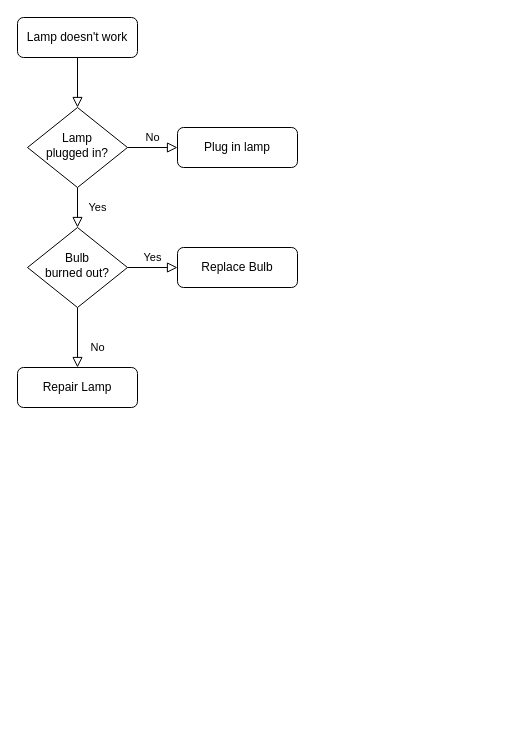
Earlier version of the draw.io diagram Untitled Diagram.drawio (enirya/PI-ADS4-AlphaSystem). Source tidied: cells renumbered, new cells numbered last; positions are measured from the earlier drawing's top-left corner, leaving out a move shared by most shapes. Both pictures are drawn from the tidied source at 100%, with x=0, y=0 at pixel (17, 17).
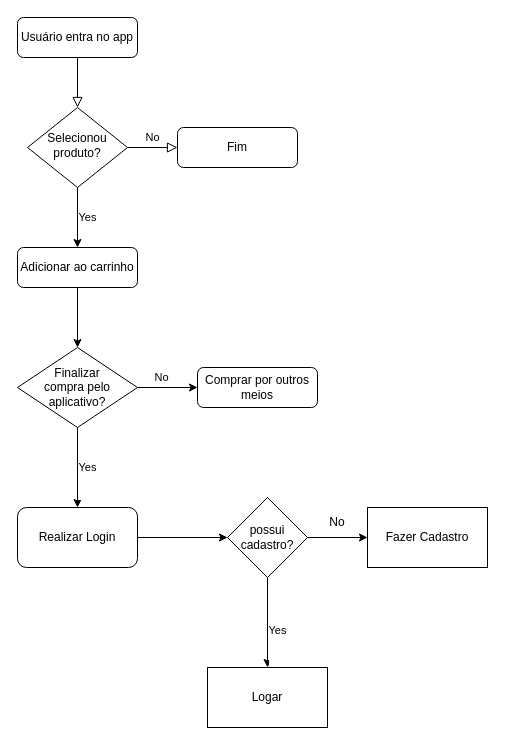
After the change.

The edit, as a diff of the source:
```diff
@@
-    <mxCell id="3" value="Lamp doesn't work" style="rounded=1;whiteSpace=wrap;html=1;fontSize=12;glass=0;strokeWidth=1;shadow=0;" parent="1" vertex="1">
+    <mxCell id="3" value="Usuário entra no app" style="rounded=1;whiteSpace=wrap;html=1;fontSize=12;glass=0;strokeWidth=1;shadow=0;" parent="1" vertex="1">
       <mxGeometry width="120" height="40" as="geometry" />
     </mxCell>
-    <mxCell id="4" value="Yes" style="rounded=0;html=1;jettySize=auto;fontSize=11;endArrow=block;endFill=0;endSize=8;strokeWidth=1;shadow=0;labelBackgroundColor=none;edgeStyle=orthogonalEdgeStyle;" parent="1" edge="1" source="6" target="10">
-      <mxGeometry y="20" relative="1" as="geometry" />
-    </mxCell>
@@
+    <mxCell id="13" value="Yes" style="edgeStyle=orthogonalEdgeStyle;rounded=0;jettySize=auto;html=1;" parent="1" edge="1" source="6" target="15">
+      <mxGeometry y="10" relative="1" as="geometry" />
+    </mxCell>
-    <mxCell id="6" value="Lamp&lt;br&gt;plugged in?" style="rhombus;whiteSpace=wrap;html=1;shadow=0;fontFamily=Helvetica;fontSize=12;align=center;strokeWidth=1;spacing=6;spacingTop=-4;" parent="1" vertex="1">
+    <mxCell id="6" value="Selecionou produto?" style="rhombus;whiteSpace=wrap;html=1;shadow=0;fontFamily=Helvetica;fontSize=12;align=center;strokeWidth=1;spacing=6;spacingTop=-4;" parent="1" vertex="1">
       <mxGeometry x="10" y="90" width="100" height="80" as="geometry" />
     </mxCell>
-    <mxCell id="7" value="Plug in lamp" style="rounded=1;whiteSpace=wrap;html=1;fontSize=12;glass=0;strokeWidth=1;shadow=0;" parent="1" vertex="1">
+    <mxCell id="7" value="Fim" style="rounded=1;whiteSpace=wrap;html=1;fontSize=12;glass=0;strokeWidth=1;shadow=0;" parent="1" vertex="1">
       <mxGeometry x="160" y="110" width="120" height="40" as="geometry" />
     </mxCell>
-    <mxCell id="8" value="No" style="rounded=0;html=1;jettySize=auto;fontSize=11;endArrow=block;endFill=0;endSize=8;strokeWidth=1;shadow=0;labelBackgroundColor=none;edgeStyle=orthogonalEdgeStyle;" parent="1" edge="1" source="10" target="11">
-      <mxGeometry x="0.33" y="20" relative="1" as="geometry" />
-    </mxCell>
-    <mxCell id="9" value="Yes" style="edgeStyle=orthogonalEdgeStyle;rounded=0;html=1;jettySize=auto;fontSize=11;endArrow=block;endFill=0;endSize=8;strokeWidth=1;shadow=0;labelBackgroundColor=none;" parent="1" edge="1" source="10" target="12">
-      <mxGeometry y="10" relative="1" as="geometry" />
-    </mxCell>
-    <mxCell id="10" value="Bulb&lt;br&gt;burned out?" style="rhombus;whiteSpace=wrap;html=1;shadow=0;fontFamily=Helvetica;fontSize=12;align=center;strokeWidth=1;spacing=6;spacingTop=-4;" parent="1" vertex="1">
-      <mxGeometry x="10" y="210" width="100" height="80" as="geometry" />
-    </mxCell>
-    <mxCell id="11" value="Repair Lamp" style="rounded=1;whiteSpace=wrap;html=1;fontSize=12;glass=0;strokeWidth=1;shadow=0;" parent="1" vertex="1">
-      <mxGeometry y="350" width="120" height="40" as="geometry" />
-    </mxCell>
-    <mxCell id="12" value="Replace Bulb" style="rounded=1;whiteSpace=wrap;html=1;fontSize=12;glass=0;strokeWidth=1;shadow=0;" parent="1" vertex="1">
-      <mxGeometry x="160" y="230" width="120" height="40" as="geometry" />
-    </mxCell>
+    <mxCell id="14" style="edgeStyle=orthogonalEdgeStyle;rounded=0;jettySize=auto;html=1;" parent="1" edge="1" source="15" target="18">
+      <mxGeometry relative="1" as="geometry" />
+    </mxCell>
+    <mxCell id="15" value="Adicionar ao carrinho" style="rounded=1;whiteSpace=wrap;html=1;" parent="1" vertex="1">
+      <mxGeometry y="230" width="120" height="40" as="geometry" />
+    </mxCell>
+    <mxCell id="16" value="No" style="edgeStyle=orthogonalEdgeStyle;rounded=0;jettySize=auto;html=1;" parent="1" edge="1" source="18" target="19">
+      <mxGeometry x="-0.2" y="10" relative="1" as="geometry" />
+    </mxCell>
+    <mxCell id="17" value="&#10;&#10;&lt;span style=&quot;color: rgb(0, 0, 0); font-family: helvetica; font-size: 11px; font-style: normal; font-weight: 400; letter-spacing: normal; text-align: center; text-indent: 0px; text-transform: none; word-spacing: 0px; background-color: rgb(255, 255, 255); display: inline; float: none;&quot;&gt;Yes&lt;/span&gt;&#10;&#10;" style="edgeStyle=orthogonalEdgeStyle;rounded=0;jettySize=auto;html=1;" parent="1" edge="1" source="18" target="21">
+      <mxGeometry y="10" relative="1" as="geometry" />
+    </mxCell>
+    <mxCell id="18" value="Finalizar&lt;br&gt;compra pelo &lt;br&gt;aplicativo?" style="rhombus;whiteSpace=wrap;html=1;" parent="1" vertex="1">
+      <mxGeometry y="330" width="120" height="80" as="geometry" />
+    </mxCell>
+    <mxCell id="19" value="Comprar por outros meios" style="rounded=1;whiteSpace=wrap;html=1;" parent="1" vertex="1">
+      <mxGeometry x="180" y="350" width="120" height="40" as="geometry" />
+    </mxCell>
+    <mxCell id="20" style="edgeStyle=orthogonalEdgeStyle;rounded=0;jettySize=auto;html=1;" parent="1" edge="1" source="21" target="24">
+      <mxGeometry relative="1" as="geometry" />
+    </mxCell>
+    <mxCell id="21" value="Realizar Login" style="rounded=1;whiteSpace=wrap;html=1;" parent="1" vertex="1">
+      <mxGeometry y="490" width="120" height="60" as="geometry" />
+    </mxCell>
+    <mxCell id="22" value="&#10;&#10;&lt;br style=&quot;color: rgb(0, 0, 0); font-family: helvetica; font-size: 11px; font-style: normal; font-weight: 400; letter-spacing: normal; text-align: center; text-indent: 0px; text-transform: none; word-spacing: 0px;&quot;&gt;&lt;br style=&quot;color: rgb(0, 0, 0); font-family: helvetica; font-size: 11px; font-style: normal; font-weight: 400; letter-spacing: normal; text-align: center; text-indent: 0px; text-transform: none; word-spacing: 0px;&quot;&gt;&lt;span style=&quot;color: rgb(0, 0, 0); font-size: 11px; font-style: normal; font-weight: 400; letter-spacing: normal; text-align: center; text-indent: 0px; text-transform: none; word-spacing: 0px; background-color: rgb(255, 255, 255); font-family: helvetica; display: inline; float: none;&quot;&gt;Yes&lt;/span&gt;&lt;br style=&quot;color: rgb(0, 0, 0); font-family: helvetica; font-size: 11px; font-style: normal; font-weight: 400; letter-spacing: normal; text-align: center; text-indent: 0px; text-transform: none; word-spacing: 0px;&quot;&gt;&#10;&#10;" style="edgeStyle=orthogonalEdgeStyle;rounded=0;jettySize=auto;html=1;" parent="1" edge="1" source="24" target="26">
+      <mxGeometry x="-0.11" y="10" relative="1" as="geometry" />
+    </mxCell>
+    <mxCell id="23" style="edgeStyle=orthogonalEdgeStyle;rounded=0;jettySize=auto;html=1;" parent="1" edge="1" source="24" target="25">
+      <mxGeometry relative="1" as="geometry" />
+    </mxCell>
+    <mxCell id="24" value="possui cadastro?" style="rhombus;whiteSpace=wrap;html=1;" parent="1" vertex="1">
+      <mxGeometry x="210" y="480" width="80" height="80" as="geometry" />
+    </mxCell>
+    <mxCell id="25" value="Fazer Cadastro" style="whiteSpace=wrap;html=1;" parent="1" vertex="1">
+      <mxGeometry x="350" y="490" width="120" height="60" as="geometry" />
+    </mxCell>
+    <mxCell id="26" value="Logar" style="whiteSpace=wrap;html=1;" parent="1" vertex="1">
+      <mxGeometry x="190" y="650" width="120" height="60" as="geometry" />
+    </mxCell>
+    <mxCell id="27" value="No" style="text;html=1;strokeColor=none;fillColor=none;align=center;verticalAlign=middle;whiteSpace=wrap;rounded=0;" parent="1" vertex="1">
+      <mxGeometry x="290" y="490" width="60" height="30" as="geometry" />
+    </mxCell>
```
